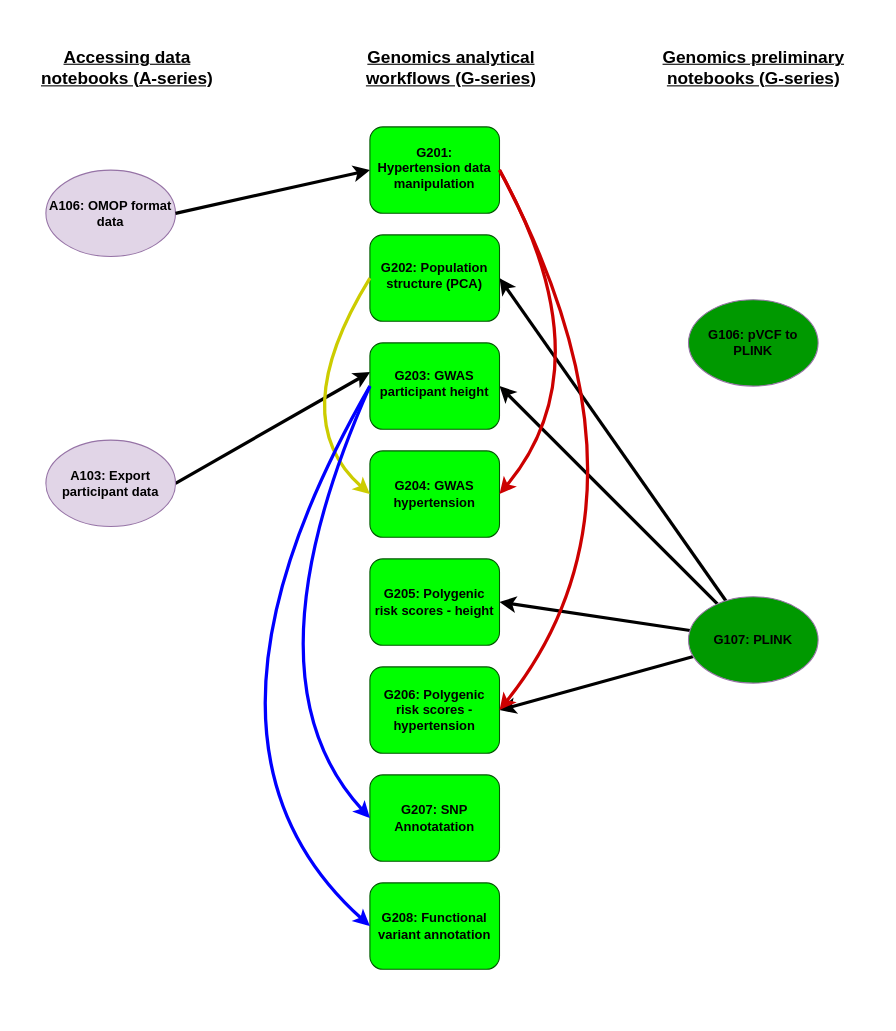
riverxdata/UKB-RAP-Notebooks-Genomics keeps this draw.io diagram as genomics.drawio. Above is the earlier version. Source tidied: cells renumbered, new cells numbered last; positions are measured from the earlier drawing's top-left corner, leaving out a move shared by most shapes. Both pictures are drawn from the tidied source at 108%, with x=0, y=0 at pixel (29, 24).
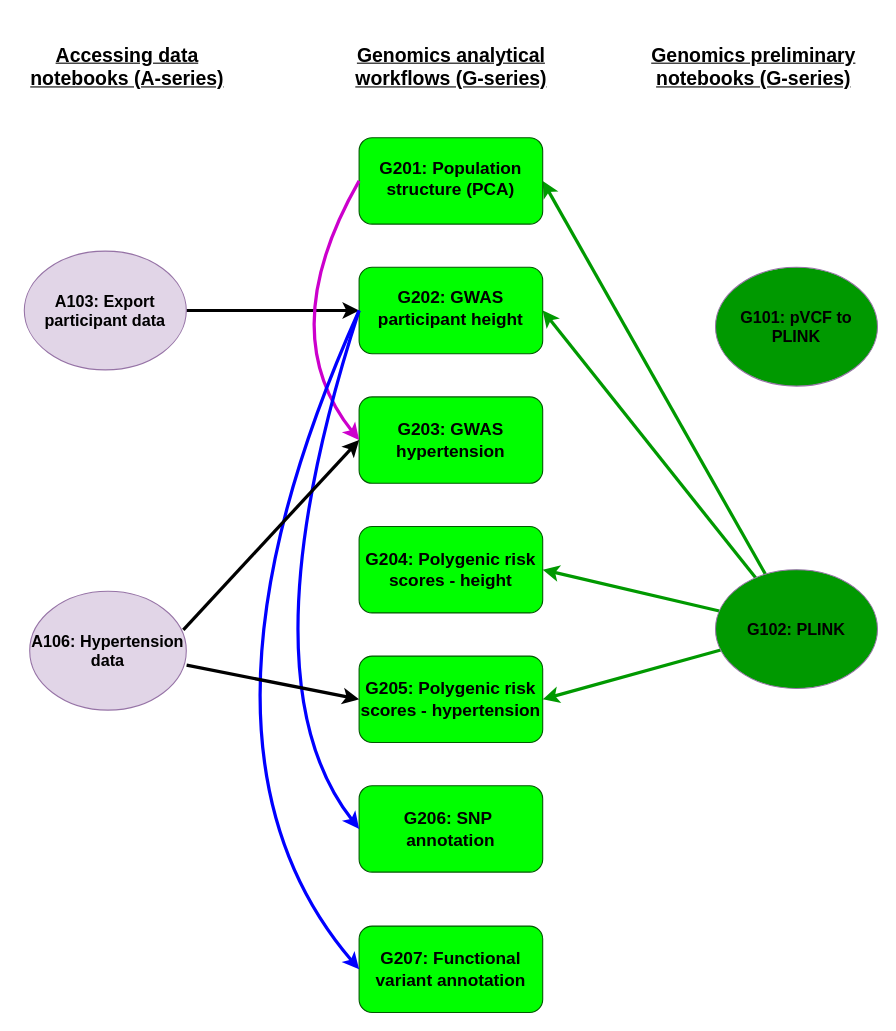
Above is the later version.

Diff of the diagram source:
```diff
@@
-    <mxCell id="2" style="rounded=0;jettySize=auto;html=1;entryX=1;entryY=0.5;entryDx=0;entryDy=0;strokeWidth=3;" parent="1" edge="1" source="6" target="16">
+    <mxCell id="2" style="rounded=0;jettySize=auto;html=1;entryX=1;entryY=0.5;entryDx=0;entryDy=0;strokeWidth=3;strokeColor=#009900;" parent="1" edge="1" source="6" target="16">
       <mxGeometry relative="1" as="geometry" />
     </mxCell>
-    <mxCell id="3" style="edgeStyle=none;rounded=0;jettySize=auto;html=1;entryX=1;entryY=0.5;entryDx=0;entryDy=0;strokeWidth=3;" parent="1" edge="1" source="6" target="15">
+    <mxCell id="3" style="edgeStyle=none;rounded=0;jettySize=auto;html=1;entryX=1;entryY=0.5;entryDx=0;entryDy=0;strokeWidth=3;strokeColor=#009900;" parent="1" edge="1" source="6" target="15">
       <mxGeometry relative="1" as="geometry" />
     </mxCell>
-    <mxCell id="4" style="rounded=0;jettySize=auto;html=1;entryX=1;entryY=0.5;entryDx=0;entryDy=0;strokeWidth=3;" parent="1" edge="1" source="6" target="13">
+    <mxCell id="4" style="rounded=0;jettySize=auto;html=1;entryX=1;entryY=0.5;entryDx=0;entryDy=0;strokeWidth=3;strokeColor=#009900;" parent="1" edge="1" source="6" target="13">
       <mxGeometry relative="1" as="geometry" />
     </mxCell>
-    <mxCell id="5" style="rounded=0;jettySize=auto;html=1;strokeWidth=3;entryX=1;entryY=0.5;entryDx=0;entryDy=0;" parent="1" edge="1" source="6" target="12">
+    <mxCell id="5" style="rounded=0;jettySize=auto;html=1;strokeWidth=3;entryX=1;entryY=0.5;entryDx=0;entryDy=0;strokeColor=#009900;" parent="1" edge="1" source="6" target="12">
       <mxGeometry relative="1" as="geometry" />
     </mxCell>
-    <mxCell id="6" value="&lt;font color=&quot;#000000&quot;&gt;&lt;b&gt;G107: PLINK&lt;/b&gt;&lt;/font&gt;" style="ellipse;whiteSpace=wrap;html=1;fillColor=#009900;strokeColor=#9673a6;" parent="1" vertex="1">
-      <mxGeometry x="610" y="530" width="120" height="80" as="geometry" />
+    <mxCell id="6" value="&lt;font size=&quot;1&quot; color=&quot;#000000&quot;&gt;&lt;b style=&quot;font-size: 15px;&quot;&gt;G102: PLINK&lt;/b&gt;&lt;/font&gt;" style="ellipse;whiteSpace=wrap;html=1;fillColor=#009900;strokeColor=#9673a6;" parent="1" vertex="1">
+      <mxGeometry x="635" y="505" width="150" height="110" as="geometry" />
     </mxCell>
-    <mxCell id="7" style="edgeStyle=none;rounded=0;jettySize=auto;html=1;strokeWidth=3;entryX=0.002;entryY=0.338;entryDx=0;entryDy=0;entryPerimeter=0;exitX=1;exitY=0.5;exitDx=0;exitDy=0;" parent="1" edge="1" source="18" target="15">
+    <mxCell id="7" style="edgeStyle=none;rounded=0;jettySize=auto;html=1;strokeWidth=3;entryX=0;entryY=0.5;entryDx=0;entryDy=0;exitX=1;exitY=0.5;exitDx=0;exitDy=0;" parent="1" edge="1" source="18" target="15">
       <mxGeometry relative="1" as="geometry" />
     </mxCell>
-    <mxCell id="8" value="&lt;b style=&quot;font-size: 16px;&quot;&gt;&lt;u style=&quot;&quot;&gt;&lt;font style=&quot;font-size: 16px;&quot;&gt;Accessing data&lt;/font&gt;&lt;/u&gt;&lt;/b&gt;&lt;div style=&quot;font-size: 16px;&quot;&gt;&lt;b style=&quot;&quot;&gt;&lt;u style=&quot;&quot;&gt;&lt;font style=&quot;font-size: 16px;&quot;&gt;notebooks (A-series)&lt;/font&gt;&lt;/u&gt;&lt;/b&gt;&lt;/div&gt;" style="text;html=1;align=center;verticalAlign=middle;strokeColor=none;fillColor=none;fontSize=14;" parent="1" vertex="1">
-      <mxGeometry y="15" width="180" height="50" as="geometry" />
+    <mxCell id="8" value="&lt;b style=&quot;font-size: 18px;&quot;&gt;&lt;u style=&quot;&quot;&gt;&lt;font style=&quot;font-size: 18px;&quot;&gt;Accessing data&lt;/font&gt;&lt;/u&gt;&lt;/b&gt;&lt;div style=&quot;font-size: 18px;&quot;&gt;&lt;b style=&quot;&quot;&gt;&lt;u style=&quot;&quot;&gt;&lt;font style=&quot;font-size: 18px;&quot;&gt;notebooks (A-series)&lt;/font&gt;&lt;/u&gt;&lt;/b&gt;&lt;/div&gt;" style="text;html=1;align=center;verticalAlign=middle;strokeColor=none;fillColor=none;fontSize=14;" parent="1" vertex="1">
+      <mxGeometry x="-10" y="10" width="200" height="60" as="geometry" />
     </mxCell>
-    <mxCell id="9" value="&lt;p&gt;&lt;b&gt;&lt;font color=&quot;#000000&quot;&gt;G&lt;/font&gt;&lt;/b&gt;&lt;b style=&quot;background-color: initial;&quot;&gt;&lt;font color=&quot;#000000&quot;&gt;106:&amp;nbsp;&lt;/font&gt;pVCF to PLINK&lt;/b&gt;&lt;/p&gt;" style="ellipse;whiteSpace=wrap;html=1;fillColor=#009900;strokeColor=#9673a6;" parent="1" vertex="1">
-      <mxGeometry x="610" y="255" width="120" height="80" as="geometry" />
+    <mxCell id="9" value="&lt;p style=&quot;font-size: 15px;&quot;&gt;&lt;b&gt;&lt;font style=&quot;font-size: 15px;&quot; color=&quot;#000000&quot;&gt;G&lt;/font&gt;&lt;/b&gt;&lt;b style=&quot;background-color: initial;&quot;&gt;&lt;font style=&quot;font-size: 15px;&quot; color=&quot;#000000&quot;&gt;101:&amp;nbsp;&lt;/font&gt;pVCF to PLINK&lt;/b&gt;&lt;/p&gt;" style="ellipse;whiteSpace=wrap;html=1;fillColor=#009900;strokeColor=#9673a6;" parent="1" vertex="1">
+      <mxGeometry x="635" y="225" width="150" height="110" as="geometry" />
     </mxCell>
-    <mxCell id="10" value="&lt;p&gt;&lt;b&gt;&lt;font color=&quot;#000000&quot;&gt;G208: Functional variant annotation&lt;/font&gt;&lt;/b&gt;&lt;/p&gt;" style="whiteSpace=wrap;html=1;rounded=1;glass=0;strokeWidth=1;shadow=0;fillColor=#00FF00;fontColor=#ffffff;strokeColor=#005700;" parent="1" vertex="1">
-      <mxGeometry x="315" y="795" width="120" height="80" as="geometry" />
+    <mxCell id="10" value="&lt;p&gt;&lt;b&gt;&lt;font style=&quot;font-size: 16px;&quot; color=&quot;#000000&quot;&gt;G207: Functional variant annotation&lt;/font&gt;&lt;/b&gt;&lt;/p&gt;" style="whiteSpace=wrap;html=1;rounded=1;glass=0;strokeWidth=1;shadow=0;fillColor=#00FF00;fontColor=#ffffff;strokeColor=#005700;" parent="1" vertex="1">
+      <mxGeometry x="305" y="835" width="170" height="80" as="geometry" />
     </mxCell>
-    <mxCell id="11" value="&lt;p&gt;&lt;b&gt;&lt;font color=&quot;#000000&quot;&gt;G207: SNP Annotatation&lt;/font&gt;&lt;/b&gt;&lt;/p&gt;" style="whiteSpace=wrap;html=1;rounded=1;glass=0;strokeWidth=1;shadow=0;fillColor=#00FF00;fontColor=#ffffff;strokeColor=#005700;" parent="1" vertex="1">
-      <mxGeometry x="315" y="695" width="120" height="80" as="geometry" />
+    <mxCell id="11" value="&lt;p&gt;&lt;b&gt;&lt;font style=&quot;font-size: 16px;&quot; color=&quot;#000000&quot;&gt;G206: SNP&amp;nbsp; annotation&lt;/font&gt;&lt;/b&gt;&lt;/p&gt;" style="whiteSpace=wrap;html=1;rounded=1;glass=0;strokeWidth=1;shadow=0;fillColor=#00FF00;fontColor=#ffffff;strokeColor=#005700;" parent="1" vertex="1">
+      <mxGeometry x="305" y="705" width="170" height="80" as="geometry" />
     </mxCell>
-    <mxCell id="12" value="&lt;p&gt;&lt;b&gt;&lt;font color=&quot;#000000&quot;&gt;G206: Polygenic risk scores - hypertension&lt;/font&gt;&lt;/b&gt;&lt;/p&gt;" style="whiteSpace=wrap;html=1;rounded=1;glass=0;strokeWidth=1;shadow=0;fillColor=#00FF00;fontColor=#ffffff;strokeColor=#005700;" parent="1" vertex="1">
-      <mxGeometry x="315" y="595" width="120" height="80" as="geometry" />
+    <mxCell id="12" value="&lt;p&gt;&lt;b&gt;&lt;font style=&quot;font-size: 16px;&quot; color=&quot;#000000&quot;&gt;G205: Polygenic risk scores - hypertension&lt;/font&gt;&lt;/b&gt;&lt;/p&gt;" style="whiteSpace=wrap;html=1;rounded=1;glass=0;strokeWidth=1;shadow=0;fillColor=#00FF00;fontColor=#ffffff;strokeColor=#005700;" parent="1" vertex="1">
+      <mxGeometry x="305" y="585" width="170" height="80" as="geometry" />
     </mxCell>
-    <mxCell id="13" value="&lt;p&gt;&lt;b&gt;&lt;font color=&quot;#000000&quot;&gt;G205: Polygenic risk scores - height&lt;/font&gt;&lt;/b&gt;&lt;/p&gt;" style="whiteSpace=wrap;html=1;rounded=1;glass=0;strokeWidth=1;shadow=0;fillColor=#00FF00;fontColor=#ffffff;strokeColor=#005700;" parent="1" vertex="1">
-      <mxGeometry x="315" y="495" width="120" height="80" as="geometry" />
+    <mxCell id="13" value="&lt;p&gt;&lt;b&gt;&lt;font style=&quot;font-size: 16px;&quot; color=&quot;#000000&quot;&gt;G204: Polygenic risk scores - height&lt;/font&gt;&lt;/b&gt;&lt;/p&gt;" style="whiteSpace=wrap;html=1;rounded=1;glass=0;strokeWidth=1;shadow=0;fillColor=#00FF00;fontColor=#ffffff;strokeColor=#005700;" parent="1" vertex="1">
+      <mxGeometry x="305" y="465" width="170" height="80" as="geometry" />
     </mxCell>
-    <mxCell id="14" value="&lt;p&gt;&lt;b&gt;&lt;font color=&quot;#000000&quot;&gt;G204: GWAS hypertension&lt;/font&gt;&lt;/b&gt;&lt;/p&gt;" style="rounded=1;whiteSpace=wrap;html=1;fontSize=12;glass=0;strokeWidth=1;shadow=0;fillColor=#00FF00;fontColor=#ffffff;strokeColor=#005700;" parent="1" vertex="1">
-      <mxGeometry x="315" y="395" width="120" height="80" as="geometry" />
+    <mxCell id="14" value="&lt;p&gt;&lt;b&gt;&lt;font style=&quot;font-size: 16px;&quot; color=&quot;#000000&quot;&gt;G203: GWAS hypertension&lt;/font&gt;&lt;/b&gt;&lt;/p&gt;" style="rounded=1;whiteSpace=wrap;html=1;fontSize=12;glass=0;strokeWidth=1;shadow=0;fillColor=#00FF00;fontColor=#ffffff;strokeColor=#005700;" parent="1" vertex="1">
+      <mxGeometry x="305" y="345" width="170" height="80" as="geometry" />
     </mxCell>
-    <mxCell id="15" value="&lt;p&gt;&lt;b&gt;&lt;font color=&quot;#000000&quot;&gt;G203: GWAS participant height&lt;/font&gt;&lt;/b&gt;&lt;/p&gt;" style="rounded=1;whiteSpace=wrap;html=1;shadow=0;fontFamily=Helvetica;fontSize=12;align=center;strokeWidth=1;spacing=6;spacingTop=-4;fillColor=#00FF00;fontColor=#ffffff;strokeColor=#005700;" parent="1" vertex="1">
-      <mxGeometry x="315" y="295" width="120" height="80" as="geometry" />
+    <mxCell id="15" value="&lt;p&gt;&lt;b&gt;&lt;font style=&quot;font-size: 16px;&quot; color=&quot;#000000&quot;&gt;G202&lt;/font&gt;&lt;/b&gt;&lt;b style=&quot;background-color: initial;&quot;&gt;&lt;font style=&quot;font-size: 16px;&quot; color=&quot;#000000&quot;&gt;: GWAS participant height&lt;/font&gt;&lt;/b&gt;&lt;/p&gt;" style="rounded=1;whiteSpace=wrap;html=1;shadow=0;fontFamily=Helvetica;fontSize=12;align=center;strokeWidth=1;spacing=6;spacingTop=-4;fillColor=#00FF00;fontColor=#ffffff;strokeColor=#005700;" parent="1" vertex="1">
+      <mxGeometry x="305" y="225" width="170" height="80" as="geometry" />
     </mxCell>
-    <mxCell id="16" value="&lt;p&gt;&lt;font color=&quot;#000000&quot;&gt;&lt;b&gt;G202: Population structure (PCA)&lt;/b&gt;&lt;/font&gt;&lt;/p&gt;" style="rounded=1;whiteSpace=wrap;html=1;shadow=0;fontFamily=Helvetica;fontSize=12;align=center;strokeWidth=1;spacing=6;spacingTop=-4;fillColor=#00FF00;fontColor=#ffffff;strokeColor=#005700;" parent="1" vertex="1">
-      <mxGeometry x="315" y="195" width="120" height="80" as="geometry" />
+    <mxCell id="16" value="&lt;p&gt;&lt;font size=&quot;1&quot; color=&quot;#000000&quot;&gt;&lt;b style=&quot;font-size: 16px;&quot;&gt;G201: Population structure (PCA)&lt;/b&gt;&lt;/font&gt;&lt;/p&gt;" style="rounded=1;whiteSpace=wrap;html=1;shadow=0;fontFamily=Helvetica;fontSize=12;align=center;strokeWidth=1;spacing=6;spacingTop=-4;fillColor=#00FF00;fontColor=#ffffff;strokeColor=#005700;" parent="1" vertex="1">
+      <mxGeometry x="305" y="105" width="170" height="80" as="geometry" />
     </mxCell>
-    <mxCell id="17" value="&lt;b&gt;&lt;font color=&quot;#000000&quot;&gt;G201: Hypertension data manipulation&lt;/font&gt;&lt;/b&gt;" style="rounded=1;whiteSpace=wrap;html=1;shadow=0;fontFamily=Helvetica;fontSize=12;align=center;strokeWidth=1;spacing=6;spacingTop=-4;fillColor=#00FF00;fontColor=#ffffff;strokeColor=#005700;" parent="1" vertex="1">
-      <mxGeometry x="315" y="95" width="120" height="80" as="geometry" />
-    </mxCell>
-    <mxCell id="18" value="&lt;p&gt;&lt;b&gt;&lt;font color=&quot;#000000&quot;&gt;A103: Export participant data&lt;/font&gt;&lt;/b&gt;&lt;/p&gt;" style="ellipse;whiteSpace=wrap;html=1;fillColor=#e1d5e7;strokeColor=#9673a6;" parent="1" vertex="1">
-      <mxGeometry x="15" y="385" width="120" height="80" as="geometry" />
+    <mxCell id="18" value="&lt;p&gt;&lt;b&gt;&lt;font style=&quot;font-size: 15px;&quot; color=&quot;#000000&quot;&gt;A103: Export participant data&lt;/font&gt;&lt;/b&gt;&lt;/p&gt;" style="ellipse;whiteSpace=wrap;html=1;fillColor=#e1d5e7;strokeColor=#9673a6;" parent="1" vertex="1">
+      <mxGeometry x="-5" y="210" width="150" height="110" as="geometry" />
     </mxCell>
-    <mxCell id="19" value="&lt;p style=&quot;font-size: 16px;&quot;&gt;&lt;b style=&quot;font-size: 16px;&quot;&gt;&lt;u style=&quot;&quot;&gt;&lt;font style=&quot;font-size: 16px;&quot;&gt;Genomics preliminary&lt;br&gt;&lt;/font&gt;&lt;/u&gt;&lt;/b&gt;&lt;b style=&quot;background-color: initial;&quot;&gt;&lt;u style=&quot;&quot;&gt;&lt;font style=&quot;font-size: 16px;&quot;&gt;notebooks (G-series)&lt;/font&gt;&lt;/u&gt;&lt;/b&gt;&lt;/p&gt;" style="text;html=1;align=center;verticalAlign=middle;strokeColor=none;fillColor=none;fontSize=14;" parent="1" vertex="1">
-      <mxGeometry x="575" width="190" height="80" as="geometry" />
+    <mxCell id="19" value="&lt;p style=&quot;font-size: 18px;&quot;&gt;&lt;b style=&quot;&quot;&gt;&lt;u style=&quot;&quot;&gt;&lt;font style=&quot;font-size: 18px;&quot;&gt;Genomics preliminary&lt;br&gt;&lt;/font&gt;&lt;/u&gt;&lt;/b&gt;&lt;b style=&quot;background-color: initial;&quot;&gt;&lt;u style=&quot;&quot;&gt;&lt;font style=&quot;font-size: 18px;&quot;&gt;notebooks (G-series)&lt;/font&gt;&lt;/u&gt;&lt;/b&gt;&lt;/p&gt;" style="text;html=1;align=center;verticalAlign=middle;strokeColor=none;fillColor=none;fontSize=14;" parent="1" vertex="1">
+      <mxGeometry x="565" y="-5" width="210" height="90" as="geometry" />
     </mxCell>
-    <mxCell id="20" style="endArrow=classic;html=1;rounded=0;exitX=0;exitY=0.5;exitDx=0;exitDy=0;curved=1;entryX=0;entryY=0.5;entryDx=0;entryDy=0;strokeWidth=3;strokeColor=#CCCC00;" parent="1" edge="1" source="16" target="14">
+    <mxCell id="20" style="endArrow=classic;html=1;rounded=0;exitX=0;exitY=0.5;exitDx=0;exitDy=0;curved=1;entryX=0;entryY=0.5;entryDx=0;entryDy=0;strokeWidth=3;strokeColor=#CC00CC;" parent="1" edge="1" source="16" target="14">
       <mxGeometry relative="1" as="geometry">
         <Array as="points">
-          <mxPoint x="235" y="365" />
+          <mxPoint x="225" y="285" />
         </Array>
       </mxGeometry>
     </mxCell>
@@
-    <mxCell id="23" style="endArrow=classic;html=1;rounded=0;exitX=1;exitY=0.5;exitDx=0;exitDy=0;entryX=1;entryY=0.5;entryDx=0;entryDy=0;curved=1;strokeWidth=3;strokeColor=#CC0000;" parent="1" edge="1" source="17" target="14">
-      <mxGeometry relative="1" as="geometry">
-        <Array as="points">
-          <mxPoint x="535" y="315" />
-        </Array>
-      </mxGeometry>
-    </mxCell>
-    <mxCell id="24" style="endArrow=classic;html=1;rounded=0;entryX=1;entryY=0.5;entryDx=0;entryDy=0;strokeWidth=3;strokeColor=#CC0000;curved=1;exitX=1;exitY=0.5;exitDx=0;exitDy=0;" parent="1" edge="1" source="17" target="12">
-      <mxGeometry relative="1" as="geometry">
-        <Array as="points">
-          <mxPoint x="595" y="435" />
-        </Array>
-      </mxGeometry>
-    </mxCell>
-    <mxCell id="25" value="&lt;p style=&quot;font-size: 16px;&quot;&gt;&lt;b style=&quot;font-size: 16px;&quot;&gt;&lt;u style=&quot;&quot;&gt;&lt;font style=&quot;font-size: 16px;&quot;&gt;Genomics analytical&lt;br&gt;&lt;/font&gt;&lt;/u&gt;&lt;/b&gt;&lt;b style=&quot;background-color: initial;&quot;&gt;&lt;u style=&quot;&quot;&gt;&lt;font style=&quot;font-size: 16px;&quot;&gt;workflows (G-series)&lt;/font&gt;&lt;/u&gt;&lt;/b&gt;&lt;/p&gt;" style="text;html=1;align=center;verticalAlign=middle;strokeColor=none;fillColor=none;fontSize=14;" parent="1" vertex="1">
-      <mxGeometry x="300" width="180" height="80" as="geometry" />
+    <mxCell id="25" value="&lt;p style=&quot;font-size: 18px;&quot;&gt;&lt;b style=&quot;&quot;&gt;&lt;u style=&quot;&quot;&gt;&lt;font style=&quot;font-size: 18px;&quot;&gt;Genomics analytical&lt;br&gt;&lt;/font&gt;&lt;/u&gt;&lt;/b&gt;&lt;b style=&quot;background-color: initial;&quot;&gt;&lt;u style=&quot;&quot;&gt;&lt;font style=&quot;font-size: 18px;&quot;&gt;workflows (G-series)&lt;/font&gt;&lt;/u&gt;&lt;/b&gt;&lt;/p&gt;" style="text;html=1;align=center;verticalAlign=middle;strokeColor=none;fillColor=none;fontSize=14;" parent="1" vertex="1">
+      <mxGeometry x="290" y="-5" width="200" height="90" as="geometry" />
     </mxCell>
-    <mxCell id="26" value="&lt;p&gt;&lt;b&gt;&lt;font color=&quot;#000000&quot;&gt;A106: OMOP format data&lt;/font&gt;&lt;/b&gt;&lt;/p&gt;" style="ellipse;whiteSpace=wrap;html=1;fillColor=#e1d5e7;strokeColor=#9673a6;" parent="1" vertex="1">
-      <mxGeometry x="15" y="135" width="120" height="80" as="geometry" />
-    </mxCell>
-    <mxCell id="27" style="edgeStyle=none;rounded=0;jettySize=auto;html=1;strokeWidth=3;entryX=0.002;entryY=0.338;entryDx=0;entryDy=0;entryPerimeter=0;exitX=1;exitY=0.5;exitDx=0;exitDy=0;" parent="1" edge="1" source="26">
-      <mxGeometry relative="1" as="geometry">
-        <mxPoint x="315" y="135" as="targetPoint" />
-      </mxGeometry>
-    </mxCell>
+    <mxCell id="28" value="&lt;p style=&quot;font-size: 15px;&quot;&gt;&lt;b&gt;&lt;font style=&quot;font-size: 15px;&quot; color=&quot;#000000&quot;&gt;A106:&lt;/font&gt;&lt;/b&gt;&lt;span style=&quot;background-color: initial;&quot;&gt;&lt;b&gt;&amp;nbsp;Hypertension data&lt;/b&gt;&lt;/span&gt;&lt;/p&gt;" style="ellipse;whiteSpace=wrap;html=1;fillColor=#e1d5e7;strokeColor=#9673a6;" parent="1" vertex="1">
+      <mxGeometry y="525" width="145" height="110" as="geometry" />
+    </mxCell>
+    <mxCell id="29" style="edgeStyle=none;rounded=0;jettySize=auto;html=1;strokeWidth=3;exitX=0.981;exitY=0.325;exitDx=0;exitDy=0;exitPerimeter=0;entryX=0;entryY=0.5;entryDx=0;entryDy=0;" parent="1" edge="1" source="28" target="14">
+      <mxGeometry relative="1" as="geometry" />
+    </mxCell>
+    <mxCell id="30" style="edgeStyle=none;rounded=0;jettySize=auto;html=1;strokeWidth=3;exitX=1.002;exitY=0.622;exitDx=0;exitDy=0;exitPerimeter=0;entryX=0;entryY=0.5;entryDx=0;entryDy=0;" parent="1" edge="1" source="28" target="12">
+      <mxGeometry relative="1" as="geometry" />
+    </mxCell>
```
